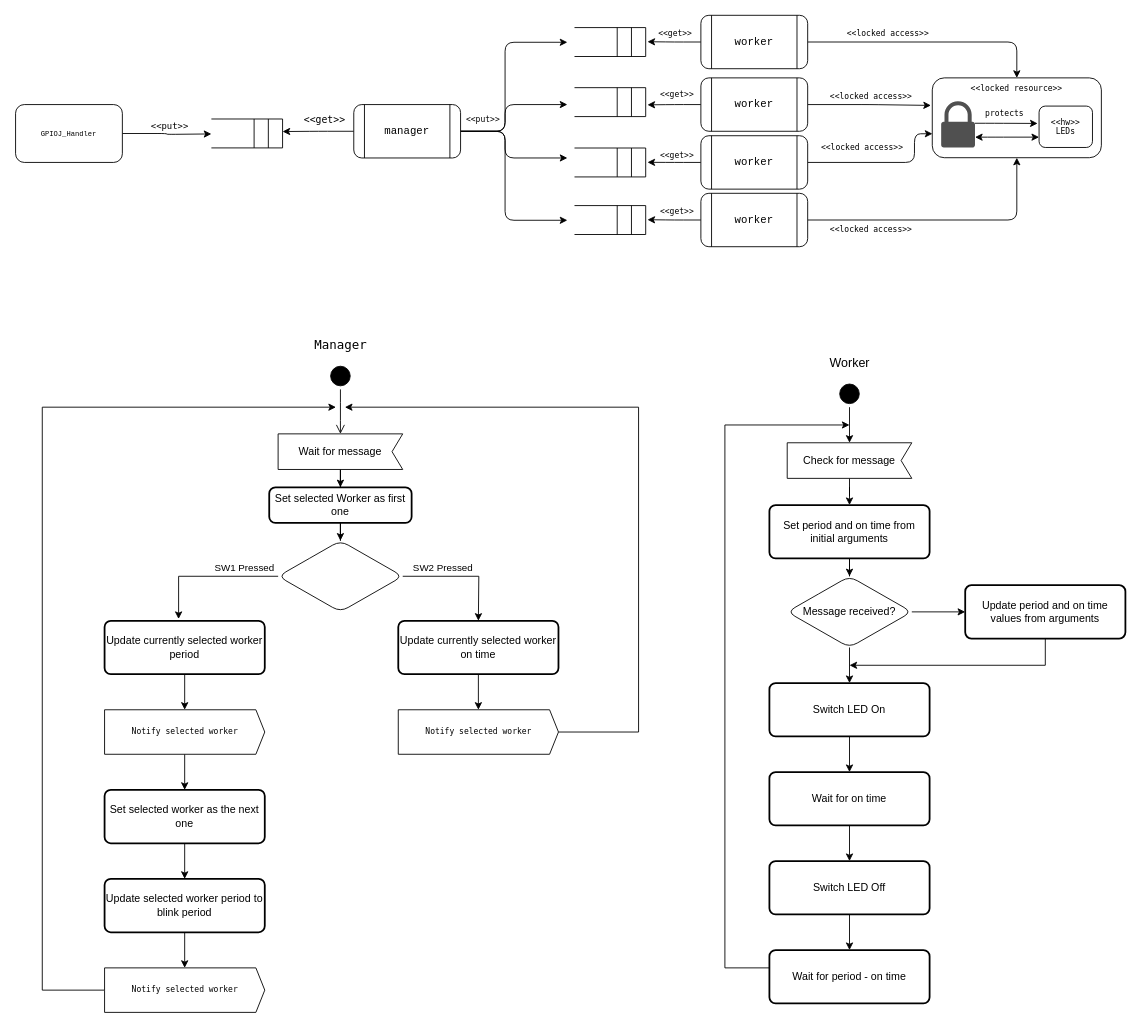
This is Projects/Lab06/diagramas/Lab06.drawio from fsmiamoto/TM4C1294_RTOS_IAR9, a draw.io file, before an edit. Source tidied: cells renumbered, new cells numbered last; positions are measured from the earlier drawing's top-left corner, leaving out a move shared by most shapes. Both pictures are drawn from the tidied source at 89%, with x=0, y=0 at pixel (15, 15).
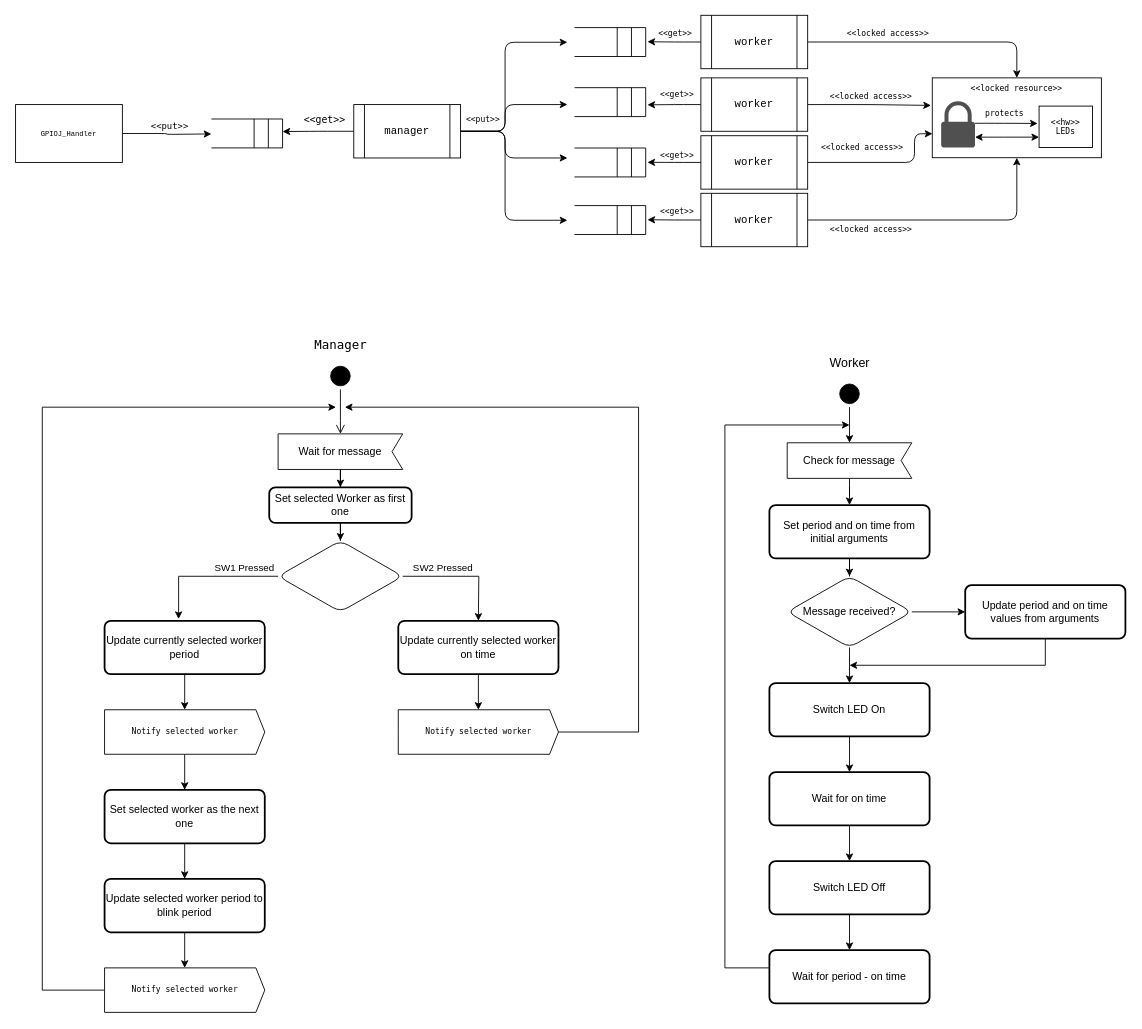
After the change.

Commit message (it also covers changes not shown here):
docs(lab06): fix architecture diagram

Diff of the diagram source:
```diff
@@
-    <mxCell id="4" value="&lt;pre&gt;&lt;font style=&quot;font-size: 8px&quot;&gt;GPIOJ_Handler&lt;/font&gt;&lt;br&gt;&lt;/pre&gt;" style="whiteSpace=wrap;html=1;rounded=1;" parent="1" vertex="1">
+    <mxCell id="4" value="&lt;pre&gt;&lt;font style=&quot;font-size: 8px&quot;&gt;GPIOJ_Handler&lt;/font&gt;&lt;br&gt;&lt;/pre&gt;" style="whiteSpace=wrap;html=1;rounded=0;" parent="1" vertex="1">
       <mxGeometry y="100" width="120" height="65" as="geometry" />
     </mxCell>
@@
-    <mxCell id="18" value="&lt;pre&gt;manager&lt;/pre&gt;" style="shape=process;whiteSpace=wrap;html=1;backgroundOutline=1;rounded=1;" parent="1" vertex="1">
+    <mxCell id="18" value="&lt;pre&gt;manager&lt;/pre&gt;" style="shape=process;whiteSpace=wrap;html=1;backgroundOutline=1;rounded=0;" parent="1" vertex="1">
       <mxGeometry x="380" y="100" width="120" height="60" as="geometry" />
     </mxCell>
@@
-    <mxCell id="47" value="&lt;pre&gt;worker&lt;br&gt;&lt;/pre&gt;" style="shape=process;whiteSpace=wrap;html=1;backgroundOutline=1;rounded=1;" parent="1" vertex="1">
+    <mxCell id="47" value="&lt;pre&gt;worker&lt;br&gt;&lt;/pre&gt;" style="shape=process;whiteSpace=wrap;html=1;backgroundOutline=1;rounded=0;" parent="1" vertex="1">
       <mxGeometry x="770" y="-0.3" width="120" height="60" as="geometry" />
     </mxCell>
@@
-    <mxCell id="50" value="&lt;pre&gt;worker&lt;/pre&gt;" style="shape=process;whiteSpace=wrap;html=1;backgroundOutline=1;rounded=1;" parent="1" vertex="1">
+    <mxCell id="50" value="&lt;pre&gt;worker&lt;/pre&gt;" style="shape=process;whiteSpace=wrap;html=1;backgroundOutline=1;rounded=0;" parent="1" vertex="1">
       <mxGeometry x="770" y="70" width="120" height="60" as="geometry" />
     </mxCell>
@@
-    <mxCell id="53" value="&lt;pre&gt;worker&lt;/pre&gt;" style="shape=process;whiteSpace=wrap;html=1;backgroundOutline=1;rounded=1;" parent="1" vertex="1">
+    <mxCell id="53" value="&lt;pre&gt;worker&lt;/pre&gt;" style="shape=process;whiteSpace=wrap;html=1;backgroundOutline=1;rounded=0;" parent="1" vertex="1">
       <mxGeometry x="770" y="135" width="120" height="60" as="geometry" />
     </mxCell>
@@
-    <mxCell id="56" value="&lt;pre&gt;worker&lt;/pre&gt;" style="shape=process;whiteSpace=wrap;html=1;backgroundOutline=1;rounded=1;" parent="1" vertex="1">
+    <mxCell id="56" value="&lt;pre&gt;worker&lt;/pre&gt;" style="shape=process;whiteSpace=wrap;html=1;backgroundOutline=1;rounded=0;" parent="1" vertex="1">
       <mxGeometry x="770" y="199.7" width="120" height="60" as="geometry" />
     </mxCell>
@@
-    <mxCell id="60" value="&amp;lt;&amp;lt;locked resource&amp;gt;&amp;gt;" style="whiteSpace=wrap;html=1;fontFamily=Lucida Console;fontSize=9;verticalAlign=top;rounded=1;" parent="1" vertex="1">
+    <mxCell id="60" value="&amp;lt;&amp;lt;locked resource&amp;gt;&amp;gt;" style="whiteSpace=wrap;html=1;fontFamily=Lucida Console;fontSize=9;verticalAlign=top;rounded=0;" parent="1" vertex="1">
       <mxGeometry x="1030" y="70" width="190" height="89.7" as="geometry" />
     </mxCell>
@@
-    <mxCell id="65" value="&amp;lt;&amp;lt;hw&amp;gt;&amp;gt;&lt;br&gt;LEDs" style="whiteSpace=wrap;html=1;fontFamily=Lucida Console;fontSize=9;rounded=1;" parent="1" vertex="1">
+    <mxCell id="65" value="&amp;lt;&amp;lt;hw&amp;gt;&amp;gt;&lt;br&gt;LEDs" style="whiteSpace=wrap;html=1;fontFamily=Lucida Console;fontSize=9;rounded=0;" parent="1" vertex="1">
       <mxGeometry x="1150" y="101.7" width="60" height="46.5" as="geometry" />
     </mxCell>
```
